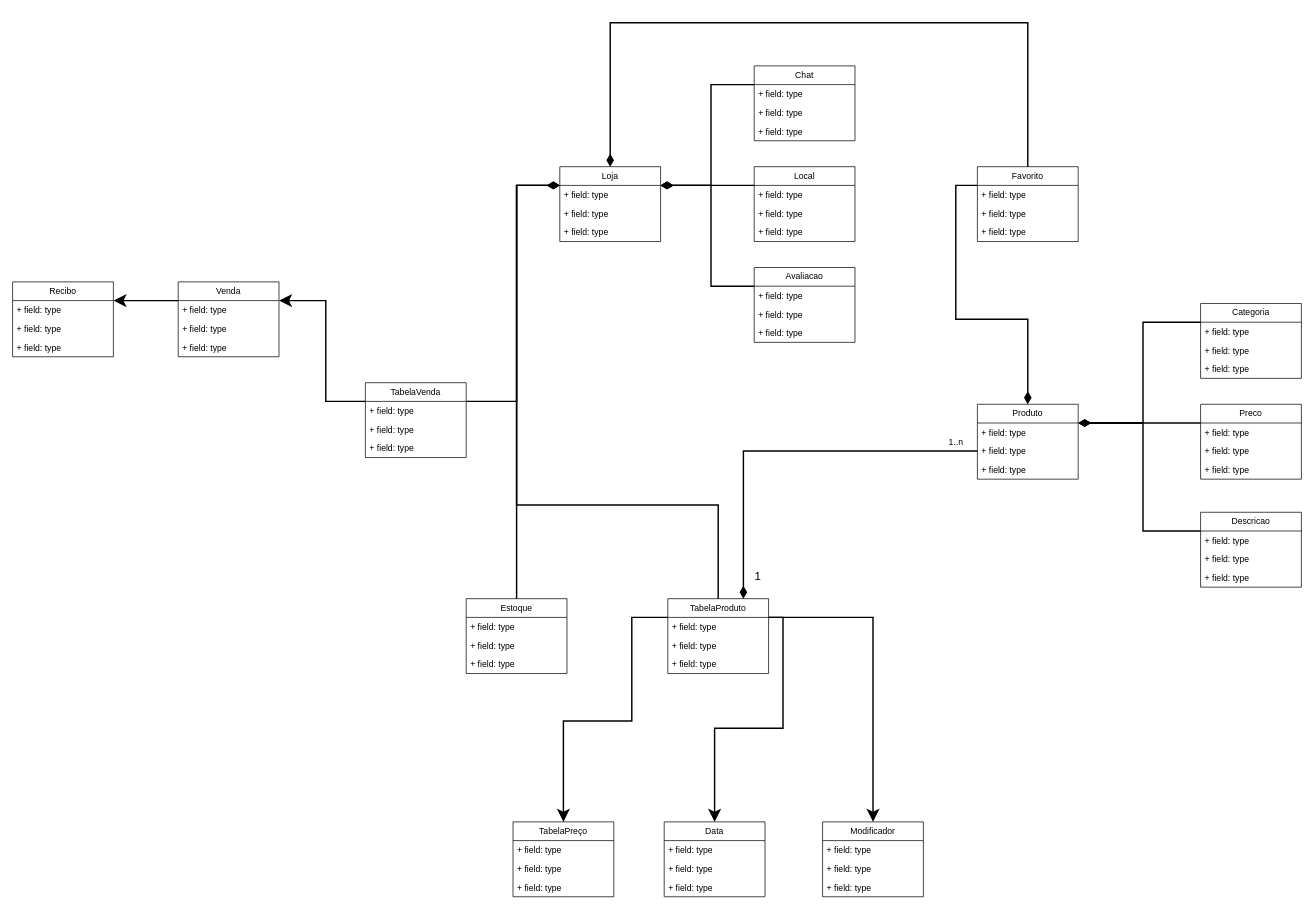
Before: diagrams/DiagramaDeClasse.drawio in Bruno-Ed-cs/cityShop, a draw.io diagram. Source tidied: cells renumbered, new cells numbered last; positions are measured from the earlier drawing's top-left corner, leaving out a move shared by most shapes. Both pictures are drawn from the tidied source at 72%, with x=0, y=0 at pixel (12, 22).
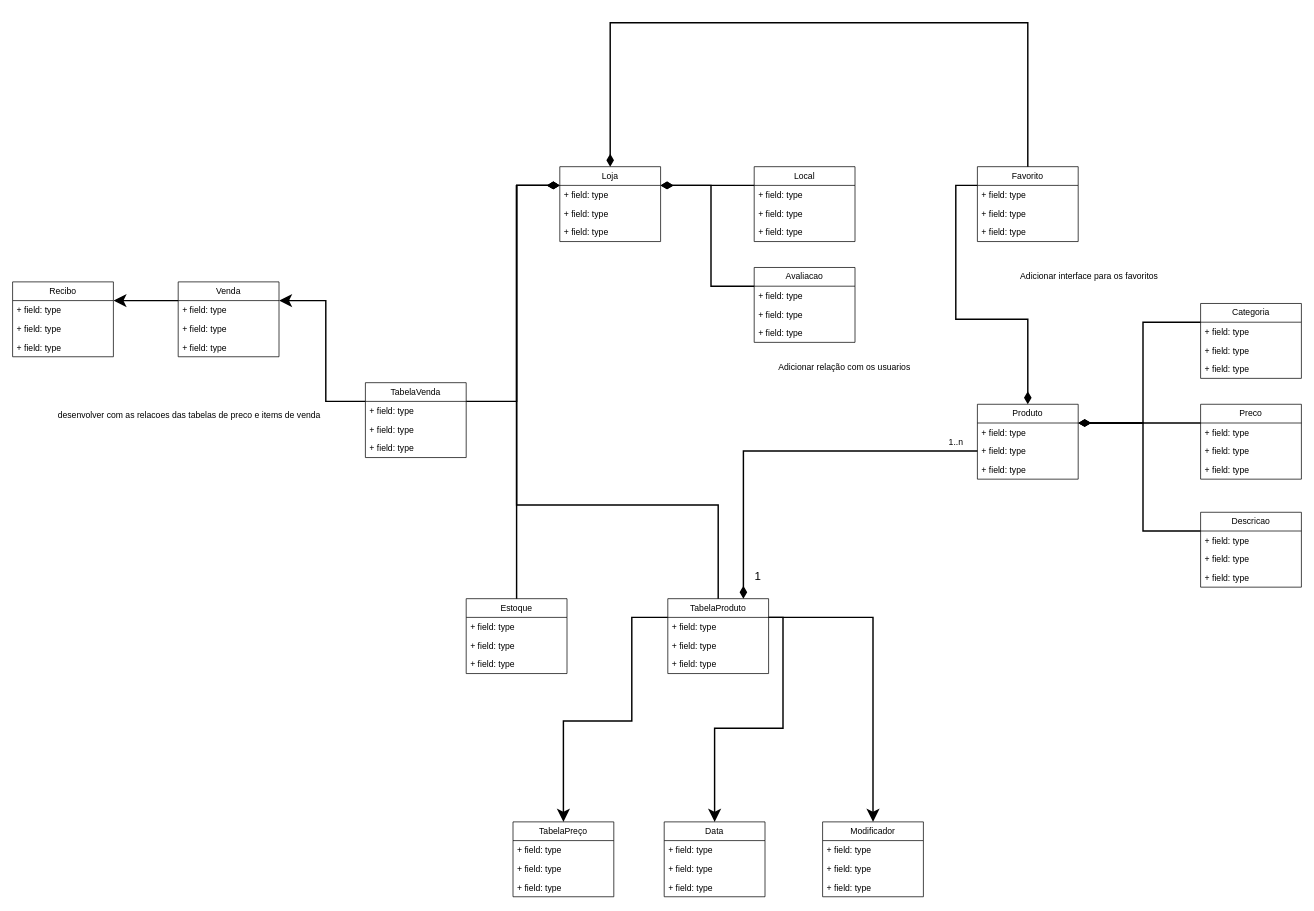
The same page after the edit.

Unchanged cells that the change refers to:
```xml
<mxCell id="9" value="Loja" style="swimlane;fontStyle=0;horizontal=1;startSize=26;fillColor=none;whiteSpace=wrap;html=1;" parent="1" vertex="1">
  <mxGeometry x="760" y="200" width="140" height="104" as="geometry" />
</mxCell>
```

What changed in the source:
```diff
@@
-    <mxCell id="4" style="edgeStyle=orthogonalEdgeStyle;rounded=0;jettySize=auto;html=1;exitX=1;exitY=0.25;exitDx=0;exitDy=0;entryX=0;entryY=0.25;entryDx=0;entryDy=0;strokeWidth=2;endSize=12;startSize=12;startArrow=diamondThin;startFill=1;endArrow=none;endFill=0;" parent="1" edge="1" source="9" target="78">
-      <mxGeometry relative="1" as="geometry" />
-    </mxCell>
@@
-    <mxCell id="78" value="Chat" style="swimlane;fontStyle=0;horizontal=1;startSize=26;fillColor=none;whiteSpace=wrap;html=1;" parent="1" vertex="1">
-      <mxGeometry x="1030" y="60" width="140" height="104" as="geometry" />
-    </mxCell>
-    <mxCell id="79" value="+ field: type" style="text;strokeColor=none;fillColor=none;align=left;verticalAlign=top;spacingLeft=4;spacingRight=4;overflow=hidden;whiteSpace=wrap;html=1;" parent="78" vertex="1">
-      <mxGeometry y="26" width="140" height="26" as="geometry" />
-    </mxCell>
-    <mxCell id="80" value="+ field: type" style="text;strokeColor=none;fillColor=none;align=left;verticalAlign=top;spacingLeft=4;spacingRight=4;overflow=hidden;whiteSpace=wrap;html=1;" parent="78" vertex="1">
-      <mxGeometry y="52" width="140" height="26" as="geometry" />
-    </mxCell>
-    <mxCell id="81" value="+ field: type" style="text;strokeColor=none;fillColor=none;align=left;verticalAlign=top;spacingLeft=4;spacingRight=4;overflow=hidden;whiteSpace=wrap;html=1;" parent="78" vertex="1">
-      <mxGeometry y="78" width="140" height="26" as="geometry" />
-    </mxCell>
@@
+    <mxCell id="89" value="Adicionar relação com os usuarios" style="text;html=1;align=center;verticalAlign=middle;strokeColor=none;fillColor=none;" parent="1" vertex="1">
+      <mxGeometry x="1050" y="464" width="210" height="30" as="geometry" />
+    </mxCell>
+    <mxCell id="90" value="Adicionar interface para os favoritos&lt;div&gt;&lt;br&gt;&lt;/div&gt;" style="text;html=1;align=center;verticalAlign=middle;strokeColor=none;fillColor=none;" parent="1" vertex="1">
+      <mxGeometry x="1390" y="340" width="210" height="40" as="geometry" />
+    </mxCell>
+    <mxCell id="91" value="desenvolver com as relacoes das tabelas de preco e items de venda&lt;div&gt;&lt;br&gt;&lt;/div&gt;" style="text;html=1;align=center;verticalAlign=middle;strokeColor=none;fillColor=none;" parent="1" vertex="1">
+      <mxGeometry x="50" y="532" width="390" height="40" as="geometry" />
+    </mxCell>
```
